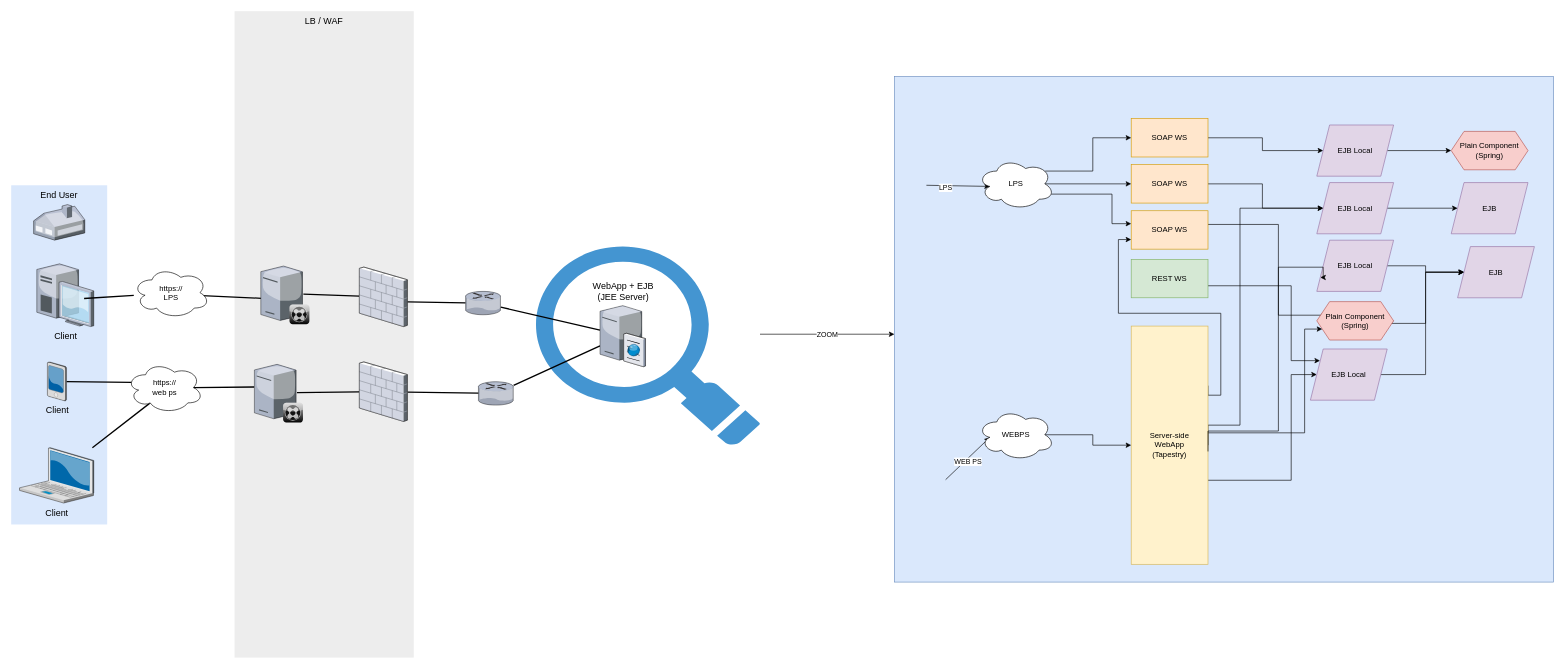
Earlier version of the draw.io diagram transformation etape 1.drawio (YannRobert/draw.io). Source tidied: cells renumbered, new cells numbered last; positions are measured from the earlier drawing's top-left corner, leaving out a move shared by most shapes. Both pictures are drawn from the tidied source at 64%, with x=0, y=0 at pixel (11, 11).
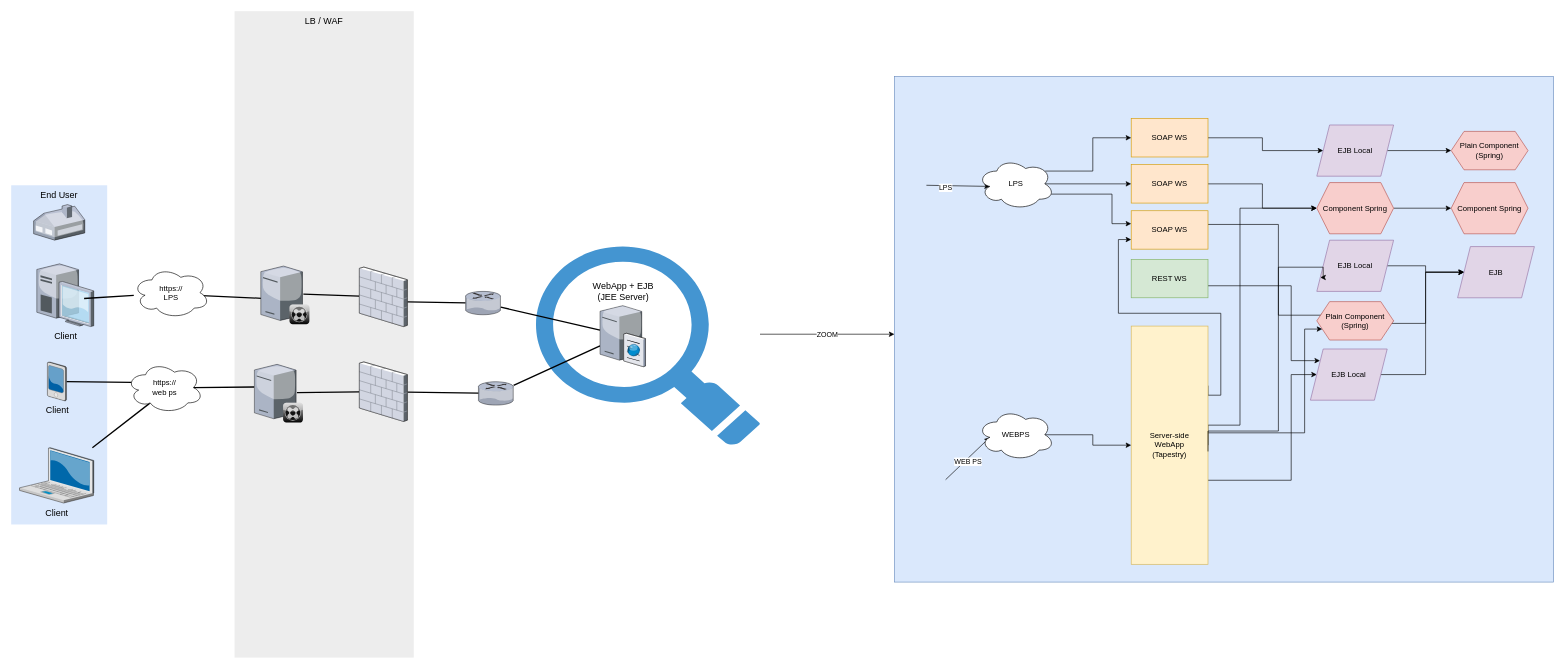
Above is the later version.

Commit message:
Mettre à jour transformation etape 1.drawio

Diff of the diagram source:
```diff
@@
-    <mxCell id="41" value="EJB Local" style="shape=parallelogram;perimeter=parallelogramPerimeter;whiteSpace=wrap;html=1;fixedSize=1;fillColor=#e1d5e7;strokeColor=#9673a6;" parent="1" vertex="1">
+    <mxCell id="41" value="Component Spring" style="shape=hexagon;perimeter=hexagonPerimeter2;whiteSpace=wrap;html=1;fixedSize=1;fillColor=#f8cecc;strokeColor=#b85450;" parent="1" vertex="1">
       <mxGeometry x="2040" y="267.8" width="120" height="80" as="geometry" />
     </mxCell>
-    <mxCell id="42" value="EJB" style="shape=parallelogram;perimeter=parallelogramPerimeter;whiteSpace=wrap;html=1;fixedSize=1;fillColor=#e1d5e7;strokeColor=#9673a6;" parent="1" vertex="1">
+    <mxCell id="42" value="Component Spring" style="shape=hexagon;perimeter=hexagonPerimeter2;whiteSpace=wrap;html=1;fixedSize=1;fillColor=#f8cecc;strokeColor=#b85450;" parent="1" vertex="1">
       <mxGeometry x="2250" y="267.8" width="120" height="80" as="geometry" />
     </mxCell>
```
